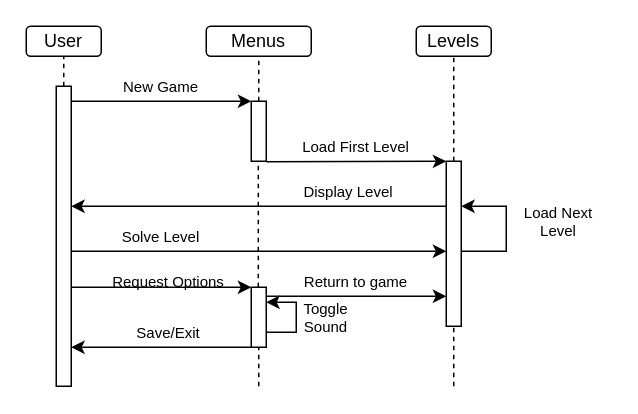
Earlier version of the draw.io diagram Drawio Files/Sequence.drawio (jgharrison1/Logical-Gate). Source tidied: cells renumbered, new cells numbered last; positions are measured from the earlier drawing's top-left corner, leaving out a move shared by most shapes. Both pictures are drawn from the tidied source at 150%, with x=0, y=0 at pixel (26, 26).
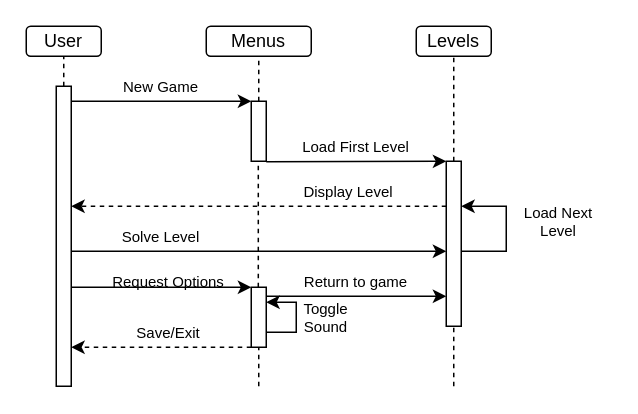
After the change.

Commit message (it also covers changes not shown here):
Updated sequence diagram

What changed in the source:
```diff
@@
-    <mxCell id="16" style="endArrow=classic;html=1;rounded=0;" parent="1" edge="1">
+    <mxCell id="16" style="endArrow=classic;html=1;rounded=0;dashed=1;" parent="1" edge="1">
       <mxGeometry relative="1" as="geometry">
         <mxPoint x="280" y="120" as="sourcePoint" />
         <mxPoint x="30" y="120" as="targetPoint" />
       </mxGeometry>
     </mxCell>
@@
-    <mxCell id="28" style="endArrow=classic;html=1;rounded=0;exitX=0;exitY=1;exitDx=0;exitDy=-5;exitPerimeter=0;" parent="1" edge="1">
+    <mxCell id="28" style="endArrow=classic;html=1;rounded=0;exitX=0;exitY=1;exitDx=0;exitDy=-5;exitPerimeter=0;dashed=1;" parent="1" edge="1">
       <mxGeometry relative="1" as="geometry">
         <mxPoint x="150" y="214" as="sourcePoint" />
         <mxPoint x="30" y="214" as="targetPoint" />
       </mxGeometry>
     </mxCell>
-    <mxCell id="29" value="Save/Exit" style="text;html=1;align=center;verticalAlign=middle;whiteSpace=wrap;rounded=0;fontSize=10;" parent="1" vertex="1">
+    <mxCell id="29" value="Save/Exit" style="text;html=1;align=center;verticalAlign=middle;whiteSpace=wrap;rounded=0;fontSize=10;dashed=1;" parent="1" vertex="1">
       <mxGeometry x="40" y="194" width="110" height="20" as="geometry" />
     </mxCell>
```
